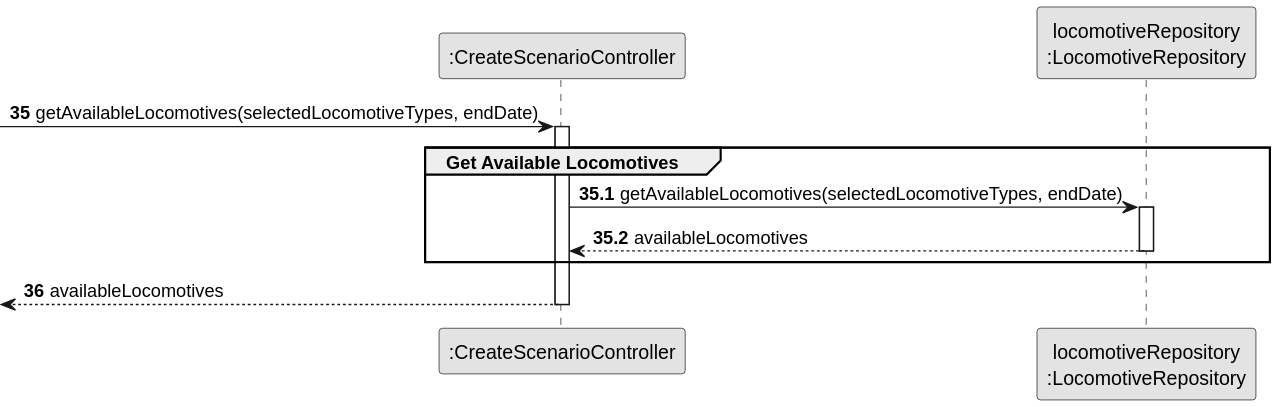
Above: docs/system-documentation/Sprint 2/US04/03.design/svg/US04-SD-partial-get-available-locomotives.svg in HenriqueSilva18/Railway-Network-Simulator (PlantUML), before the change. The source it was exported from:
```plantuml
@startuml
skinparam monochrome true
skinparam packageStyle rectangle
skinparam shadowing false

participant ":CreateScenarioController" as CTRL
participant "locomotiveRepository\n:LocomotiveRepository" as LOCO_REPO

autonumber 35
-> CTRL : getAvailableLocomotives(selectedLocomotiveTypes, endDate)

autonumber 35.1
activate CTRL
    group Get Available Locomotives
        CTRL -> LOCO_REPO : getAvailableLocomotives(selectedLocomotiveTypes, endDate)
        activate LOCO_REPO
            LOCO_REPO --> CTRL : availableLocomotives
        deactivate LOCO_REPO
    end

    autonumber 36
    <-- CTRL : availableLocomotives
deactivate CTRL
@enduml
```
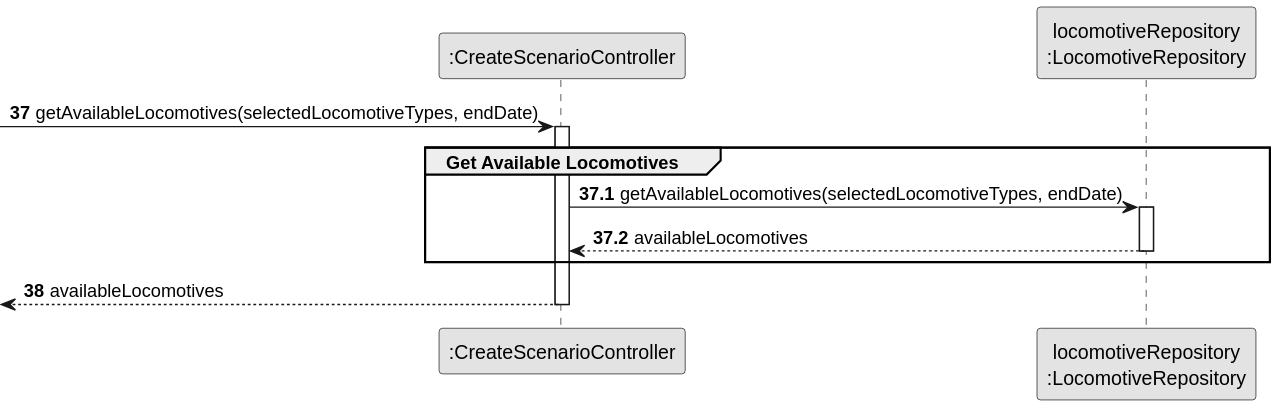
Later version of the same file.

The edit, as a diff of the source:
```diff
@@ -6,10 +6,10 @@
 participant ":CreateScenarioController" as CTRL
 participant "locomotiveRepository\n:LocomotiveRepository" as LOCO_REPO
 
-autonumber 35
+autonumber 37
 -> CTRL : getAvailableLocomotives(selectedLocomotiveTypes, endDate)
 
-autonumber 35.1
+autonumber 37.1
 activate CTRL
     group Get Available Locomotives
         CTRL -> LOCO_REPO : getAvailableLocomotives(selectedLocomotiveTypes, endDate)
@@ -18,7 +18,7 @@
         deactivate LOCO_REPO
     end
 
-    autonumber 36
+    autonumber 38
     <-- CTRL : availableLocomotives
 deactivate CTRL
 @enduml
```
